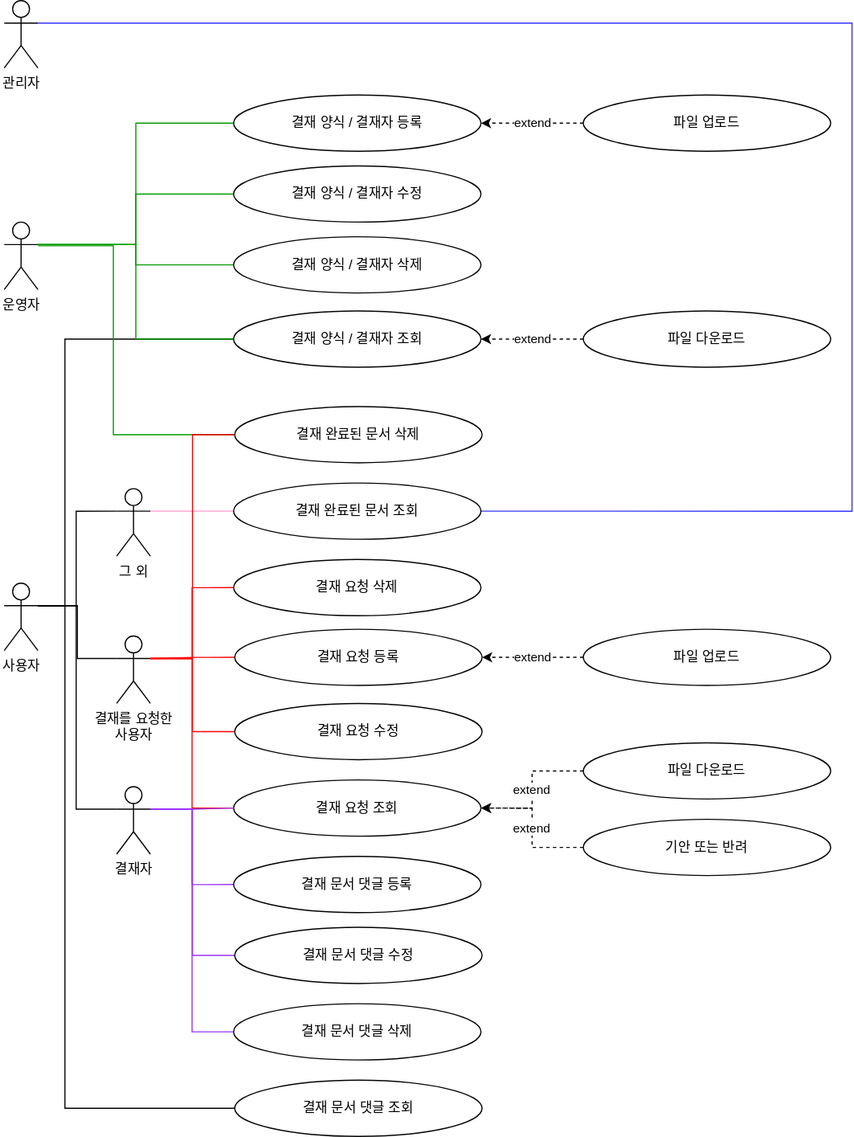
Before: files/use-case-func4.svg, a diagram exported from draw.io (pjiyun123/mmp-groupware-project). Source tidied: cells renumbered, new cells last; positions are measured from the earlier drawing's top-left corner, leaving out a move shared by most shapes. The source it was exported from:
```xml
<mxGraphModel>
  <root>
    <mxCell id="0" />
    <mxCell id="1" parent="0" />
    <mxCell id="2" style="edgeStyle=orthogonalEdgeStyle;rounded=0;jettySize=auto;html=1;exitX=1;exitY=0.3333333333333333;exitDx=0;exitDy=0;exitPerimeter=0;entryX=1;entryY=0.5;entryDx=0;entryDy=0;strokeColor=#3333FF;endArrow=none;endFill=0;" parent="1" edge="1" source="3" target="42">
      <mxGeometry relative="1" as="geometry">
        <Array as="points">
          <mxPoint x="754" y="20" />
          <mxPoint x="754" y="454" />
        </Array>
      </mxGeometry>
    </mxCell>
    <mxCell id="3" value="관리자" style="shape=umlActor;verticalLabelPosition=bottom;verticalAlign=top;html=1;outlineConnect=0;" parent="1" vertex="1">
      <mxGeometry width="30" height="60" as="geometry" />
    </mxCell>
    <mxCell id="4" value="운영자" style="shape=umlActor;verticalLabelPosition=bottom;verticalAlign=top;html=1;outlineConnect=0;" parent="1" vertex="1">
      <mxGeometry y="197" width="30" height="60" as="geometry" />
    </mxCell>
    <mxCell id="5" style="edgeStyle=orthogonalEdgeStyle;rounded=0;jettySize=auto;html=1;exitX=1;exitY=0.3333333333333333;exitDx=0;exitDy=0;exitPerimeter=0;entryX=0;entryY=0.3333333333333333;entryDx=0;entryDy=0;entryPerimeter=0;endArrow=none;endFill=0;" parent="1" edge="1" source="10" target="23">
      <mxGeometry relative="1" as="geometry">
        <Array as="points">
          <mxPoint x="64" y="538" />
          <mxPoint x="64" y="454" />
        </Array>
      </mxGeometry>
    </mxCell>
    <mxCell id="6" style="edgeStyle=orthogonalEdgeStyle;rounded=0;jettySize=auto;html=1;exitX=1;exitY=0.3333333333333333;exitDx=0;exitDy=0;exitPerimeter=0;entryX=0;entryY=0.3333333333333333;entryDx=0;entryDy=0;entryPerimeter=0;endArrow=none;endFill=0;" parent="1" edge="1" source="10" target="26">
      <mxGeometry relative="1" as="geometry">
        <Array as="points">
          <mxPoint x="64" y="538" />
          <mxPoint x="64" y="719" />
        </Array>
      </mxGeometry>
    </mxCell>
    <mxCell id="7" style="edgeStyle=orthogonalEdgeStyle;rounded=0;jettySize=auto;html=1;exitX=1;exitY=0.3333333333333333;exitDx=0;exitDy=0;exitPerimeter=0;entryX=0;entryY=0.3333333333333333;entryDx=0;entryDy=0;entryPerimeter=0;endArrow=none;endFill=0;" parent="1" edge="1" source="10" target="24">
      <mxGeometry relative="1" as="geometry">
        <Array as="points">
          <mxPoint x="65" y="538" />
          <mxPoint x="65" y="585" />
        </Array>
      </mxGeometry>
    </mxCell>
    <mxCell id="8" style="edgeStyle=orthogonalEdgeStyle;rounded=0;jettySize=auto;html=1;exitX=1;exitY=0.3333333333333333;exitDx=0;exitDy=0;exitPerimeter=0;entryX=0;entryY=0.5;entryDx=0;entryDy=0;strokeColor=#000000;endArrow=none;endFill=0;" parent="1" edge="1" source="10" target="32">
      <mxGeometry relative="1" as="geometry">
        <Array as="points">
          <mxPoint x="54" y="301" />
        </Array>
      </mxGeometry>
    </mxCell>
    <mxCell id="9" style="edgeStyle=orthogonalEdgeStyle;rounded=0;jettySize=auto;html=1;exitX=1;exitY=0.3333333333333333;exitDx=0;exitDy=0;exitPerimeter=0;entryX=0;entryY=0.5;entryDx=0;entryDy=0;strokeColor=#000000;endArrow=none;endFill=0;" parent="1" edge="1" source="10" target="49">
      <mxGeometry relative="1" as="geometry">
        <Array as="points">
          <mxPoint x="54" y="985" />
        </Array>
      </mxGeometry>
    </mxCell>
    <mxCell id="10" value="사용자" style="shape=umlActor;verticalLabelPosition=bottom;verticalAlign=top;html=1;outlineConnect=0;" parent="1" vertex="1">
      <mxGeometry y="518" width="30" height="60" as="geometry" />
    </mxCell>
    <mxCell id="11" style="edgeStyle=orthogonalEdgeStyle;rounded=0;jettySize=auto;html=1;exitX=0;exitY=0.5;exitDx=0;exitDy=0;entryX=1;entryY=0.3333333333333333;entryDx=0;entryDy=0;entryPerimeter=0;endArrow=none;endFill=0;strokeColor=#FF0000;" parent="1" edge="1" source="12" target="24">
      <mxGeometry relative="1" as="geometry" />
    </mxCell>
    <mxCell id="12" value="결재 요청 등록" style="ellipse;whiteSpace=wrap;html=1;" parent="1" vertex="1">
      <mxGeometry x="205" y="559" width="220" height="50" as="geometry" />
    </mxCell>
    <mxCell id="13" style="edgeStyle=orthogonalEdgeStyle;rounded=0;jettySize=auto;html=1;exitX=0;exitY=0.5;exitDx=0;exitDy=0;entryX=1;entryY=0.3333333333333333;entryDx=0;entryDy=0;entryPerimeter=0;strokeColor=#FF0000;endArrow=none;endFill=0;" parent="1" edge="1" source="14" target="24">
      <mxGeometry relative="1" as="geometry" />
    </mxCell>
    <mxCell id="14" value="결재 요청 수정" style="ellipse;whiteSpace=wrap;html=1;" parent="1" vertex="1">
      <mxGeometry x="205" y="625" width="220" height="50" as="geometry" />
    </mxCell>
    <mxCell id="15" style="edgeStyle=orthogonalEdgeStyle;rounded=0;jettySize=auto;html=1;exitX=0;exitY=0.5;exitDx=0;exitDy=0;entryX=1;entryY=0.3333333333333333;entryDx=0;entryDy=0;entryPerimeter=0;strokeColor=#FF0000;endArrow=none;endFill=0;" parent="1" edge="1" source="16" target="24">
      <mxGeometry relative="1" as="geometry" />
    </mxCell>
    <mxCell id="16" value="결재 요청 조회" style="ellipse;whiteSpace=wrap;html=1;" parent="1" vertex="1">
      <mxGeometry x="204" y="693" width="220" height="50" as="geometry" />
    </mxCell>
    <mxCell id="17" style="edgeStyle=orthogonalEdgeStyle;rounded=0;jettySize=auto;html=1;exitX=0;exitY=0.5;exitDx=0;exitDy=0;entryX=1;entryY=0.3333333333333333;entryDx=0;entryDy=0;entryPerimeter=0;strokeColor=#FF0000;endArrow=none;endFill=0;" parent="1" edge="1" source="18" target="24">
      <mxGeometry relative="1" as="geometry" />
    </mxCell>
    <mxCell id="18" value="결재 요청 삭제" style="ellipse;whiteSpace=wrap;html=1;" parent="1" vertex="1">
      <mxGeometry x="204" y="497" width="220" height="50" as="geometry" />
    </mxCell>
    <mxCell id="19" value="extend" style="edgeStyle=orthogonalEdgeStyle;rounded=0;jettySize=auto;html=1;exitX=0;exitY=0.5;exitDx=0;exitDy=0;entryX=1;entryY=0.5;entryDx=0;entryDy=0;strokeColor=#000000;endArrow=classic;endFill=1;dashed=1;" parent="1" edge="1" source="20" target="12">
      <mxGeometry relative="1" as="geometry" />
    </mxCell>
    <mxCell id="20" value="파일 업로드" style="ellipse;whiteSpace=wrap;html=1;" parent="1" vertex="1">
      <mxGeometry x="515" y="559" width="220" height="50" as="geometry" />
    </mxCell>
    <mxCell id="21" value="extend" style="edgeStyle=orthogonalEdgeStyle;rounded=0;jettySize=auto;html=1;exitX=0;exitY=0.5;exitDx=0;exitDy=0;entryX=1;entryY=0.5;entryDx=0;entryDy=0;strokeColor=#000000;endArrow=classic;endFill=1;dashed=1;" parent="1" edge="1" source="22" target="16">
      <mxGeometry relative="1" as="geometry" />
    </mxCell>
    <mxCell id="22" value="파일 다운로드" style="ellipse;whiteSpace=wrap;html=1;" parent="1" vertex="1">
      <mxGeometry x="515" y="660" width="220" height="50" as="geometry" />
    </mxCell>
    <mxCell id="23" value="그 외" style="shape=umlActor;verticalLabelPosition=bottom;verticalAlign=top;html=1;outlineConnect=0;" parent="1" vertex="1">
      <mxGeometry x="100" y="434" width="30" height="60" as="geometry" />
    </mxCell>
    <mxCell id="24" value="결재를 요청한&lt;br&gt;사용자" style="shape=umlActor;verticalLabelPosition=bottom;verticalAlign=top;html=1;outlineConnect=0;" parent="1" vertex="1">
      <mxGeometry x="100" y="565" width="30" height="60" as="geometry" />
    </mxCell>
    <mxCell id="25" style="edgeStyle=orthogonalEdgeStyle;rounded=0;jettySize=auto;html=1;exitX=1;exitY=0.3333333333333333;exitDx=0;exitDy=0;exitPerimeter=0;entryX=0;entryY=0.5;entryDx=0;entryDy=0;strokeColor=#9933FF;endArrow=none;endFill=0;" parent="1" edge="1" source="26" target="16">
      <mxGeometry relative="1" as="geometry" />
    </mxCell>
    <mxCell id="26" value="결재자" style="shape=umlActor;verticalLabelPosition=bottom;verticalAlign=top;html=1;outlineConnect=0;" parent="1" vertex="1">
      <mxGeometry x="100" y="699" width="30" height="60" as="geometry" />
    </mxCell>
    <mxCell id="27" style="edgeStyle=orthogonalEdgeStyle;rounded=0;jettySize=auto;html=1;exitX=0;exitY=0.5;exitDx=0;exitDy=0;entryX=1;entryY=0.3333333333333333;entryDx=0;entryDy=0;entryPerimeter=0;strokeColor=#009900;endArrow=none;endFill=0;" parent="1" edge="1" source="28" target="4">
      <mxGeometry relative="1" as="geometry" />
    </mxCell>
    <mxCell id="28" value="결재 양식 / 결재자 수정" style="ellipse;whiteSpace=wrap;html=1;" parent="1" vertex="1">
      <mxGeometry x="204" y="147" width="220" height="50" as="geometry" />
    </mxCell>
    <mxCell id="29" style="edgeStyle=orthogonalEdgeStyle;rounded=0;jettySize=auto;html=1;exitX=0;exitY=0.5;exitDx=0;exitDy=0;entryX=1;entryY=0.3333333333333333;entryDx=0;entryDy=0;entryPerimeter=0;strokeColor=#009900;endArrow=none;endFill=0;" parent="1" edge="1" source="30" target="4">
      <mxGeometry relative="1" as="geometry" />
    </mxCell>
    <mxCell id="30" value="결재 양식 / 결재자 삭제" style="ellipse;whiteSpace=wrap;html=1;" parent="1" vertex="1">
      <mxGeometry x="204" y="210" width="220" height="50" as="geometry" />
    </mxCell>
    <mxCell id="31" style="edgeStyle=orthogonalEdgeStyle;rounded=0;jettySize=auto;html=1;exitX=0;exitY=0.5;exitDx=0;exitDy=0;entryX=1;entryY=0.3333333333333333;entryDx=0;entryDy=0;entryPerimeter=0;strokeColor=#009900;endArrow=none;endFill=0;" parent="1" edge="1" source="32" target="4">
      <mxGeometry relative="1" as="geometry" />
    </mxCell>
    <mxCell id="32" value="결재 양식 / 결재자 조회" style="ellipse;whiteSpace=wrap;html=1;" parent="1" vertex="1">
      <mxGeometry x="204" y="276" width="220" height="50" as="geometry" />
    </mxCell>
    <mxCell id="33" style="edgeStyle=orthogonalEdgeStyle;rounded=0;jettySize=auto;html=1;exitX=0;exitY=0.5;exitDx=0;exitDy=0;entryX=1;entryY=0.3333333333333333;entryDx=0;entryDy=0;entryPerimeter=0;strokeColor=#009900;endArrow=none;endFill=0;" parent="1" edge="1" source="34" target="4">
      <mxGeometry relative="1" as="geometry" />
    </mxCell>
    <mxCell id="34" value="결재 양식 / 결재자 등록" style="ellipse;whiteSpace=wrap;html=1;" parent="1" vertex="1">
      <mxGeometry x="204" y="84" width="220" height="50" as="geometry" />
    </mxCell>
    <mxCell id="35" value="extend" style="edgeStyle=orthogonalEdgeStyle;rounded=0;jettySize=auto;html=1;exitX=0;exitY=0.5;exitDx=0;exitDy=0;entryX=1;entryY=0.5;entryDx=0;entryDy=0;strokeColor=#000000;endArrow=classic;endFill=1;dashed=1;" parent="1" edge="1" source="36" target="34">
      <mxGeometry relative="1" as="geometry" />
    </mxCell>
    <mxCell id="36" value="파일 업로드" style="ellipse;whiteSpace=wrap;html=1;" parent="1" vertex="1">
      <mxGeometry x="515" y="84" width="220" height="50" as="geometry" />
    </mxCell>
    <mxCell id="37" value="extend" style="edgeStyle=orthogonalEdgeStyle;rounded=0;jettySize=auto;html=1;exitX=0;exitY=0.5;exitDx=0;exitDy=0;entryX=1;entryY=0.5;entryDx=0;entryDy=0;strokeColor=#000000;endArrow=classic;endFill=1;dashed=1;" parent="1" edge="1" source="38" target="32">
      <mxGeometry relative="1" as="geometry" />
    </mxCell>
    <mxCell id="38" value="파일 다운로드" style="ellipse;whiteSpace=wrap;html=1;" parent="1" vertex="1">
      <mxGeometry x="515" y="276" width="220" height="50" as="geometry" />
    </mxCell>
    <mxCell id="39" value="extend" style="edgeStyle=orthogonalEdgeStyle;rounded=0;jettySize=auto;html=1;exitX=0;exitY=0.5;exitDx=0;exitDy=0;entryX=1;entryY=0.5;entryDx=0;entryDy=0;strokeColor=#000000;endArrow=classic;endFill=1;dashed=1;" parent="1" edge="1" source="40" target="16">
      <mxGeometry relative="1" as="geometry" />
    </mxCell>
    <mxCell id="40" value="기안 또는 반려" style="ellipse;whiteSpace=wrap;html=1;" parent="1" vertex="1">
      <mxGeometry x="515" y="728" width="220" height="50" as="geometry" />
    </mxCell>
    <mxCell id="41" style="edgeStyle=orthogonalEdgeStyle;rounded=0;jettySize=auto;html=1;exitX=0;exitY=0.5;exitDx=0;exitDy=0;entryX=1;entryY=0.3333333333333333;entryDx=0;entryDy=0;entryPerimeter=0;strokeColor=#FF99CC;endArrow=none;endFill=0;" parent="1" edge="1" source="42" target="23">
      <mxGeometry relative="1" as="geometry" />
    </mxCell>
    <mxCell id="42" value="결재 완료된 문서 조회" style="ellipse;whiteSpace=wrap;html=1;" parent="1" vertex="1">
      <mxGeometry x="204" y="429" width="220" height="50" as="geometry" />
    </mxCell>
    <mxCell id="43" style="edgeStyle=orthogonalEdgeStyle;rounded=0;jettySize=auto;html=1;exitX=0;exitY=0.5;exitDx=0;exitDy=0;entryX=1;entryY=0.3333333333333333;entryDx=0;entryDy=0;entryPerimeter=0;strokeColor=#9933FF;endArrow=none;endFill=0;" parent="1" edge="1" source="44" target="26">
      <mxGeometry relative="1" as="geometry" />
    </mxCell>
    <mxCell id="44" value="결재 문서 댓글 등록" style="ellipse;whiteSpace=wrap;html=1;" parent="1" vertex="1">
      <mxGeometry x="204" y="761" width="220" height="50" as="geometry" />
    </mxCell>
    <mxCell id="45" style="edgeStyle=orthogonalEdgeStyle;rounded=0;jettySize=auto;html=1;exitX=0;exitY=0.5;exitDx=0;exitDy=0;entryX=1;entryY=0.3333333333333333;entryDx=0;entryDy=0;entryPerimeter=0;strokeColor=#9933FF;endArrow=none;endFill=0;" parent="1" edge="1" source="46" target="26">
      <mxGeometry relative="1" as="geometry" />
    </mxCell>
    <mxCell id="46" value="결재 문서 댓글 수정" style="ellipse;whiteSpace=wrap;html=1;" parent="1" vertex="1">
      <mxGeometry x="205" y="824" width="220" height="50" as="geometry" />
    </mxCell>
    <mxCell id="47" style="edgeStyle=orthogonalEdgeStyle;rounded=0;jettySize=auto;html=1;exitX=0;exitY=0.5;exitDx=0;exitDy=0;entryX=1;entryY=0.3333333333333333;entryDx=0;entryDy=0;entryPerimeter=0;strokeColor=#9933FF;endArrow=none;endFill=0;" parent="1" edge="1" source="48" target="26">
      <mxGeometry relative="1" as="geometry" />
    </mxCell>
    <mxCell id="48" value="결재 문서 댓글 삭제" style="ellipse;whiteSpace=wrap;html=1;" parent="1" vertex="1">
      <mxGeometry x="204" y="892" width="220" height="50" as="geometry" />
    </mxCell>
    <mxCell id="49" value="결재 문서 댓글 조회" style="ellipse;whiteSpace=wrap;html=1;" parent="1" vertex="1">
      <mxGeometry x="205" y="960" width="220" height="50" as="geometry" />
    </mxCell>
    <mxCell id="50" style="edgeStyle=orthogonalEdgeStyle;rounded=0;jettySize=auto;html=1;exitX=0;exitY=0.5;exitDx=0;exitDy=0;entryX=1;entryY=0.3333333333333333;entryDx=0;entryDy=0;entryPerimeter=0;strokeColor=#009900;endArrow=none;endFill=0;" parent="1" edge="1" source="52" target="4">
      <mxGeometry relative="1" as="geometry">
        <Array as="points">
          <mxPoint x="97" y="386" />
          <mxPoint x="97" y="218" />
          <mxPoint x="30" y="218" />
        </Array>
      </mxGeometry>
    </mxCell>
    <mxCell id="51" style="edgeStyle=orthogonalEdgeStyle;rounded=0;jettySize=auto;html=1;exitX=0;exitY=0.5;exitDx=0;exitDy=0;entryX=1;entryY=0.3333333333333333;entryDx=0;entryDy=0;entryPerimeter=0;strokeColor=#FF0000;endArrow=none;endFill=0;" parent="1" edge="1" source="52" target="24">
      <mxGeometry relative="1" as="geometry" />
    </mxCell>
    <mxCell id="52" value="결재 완료된 문서 삭제" style="ellipse;whiteSpace=wrap;html=1;" parent="1" vertex="1">
      <mxGeometry x="205" y="361" width="220" height="50" as="geometry" />
    </mxCell>
  </root>
</mxGraphModel>
```
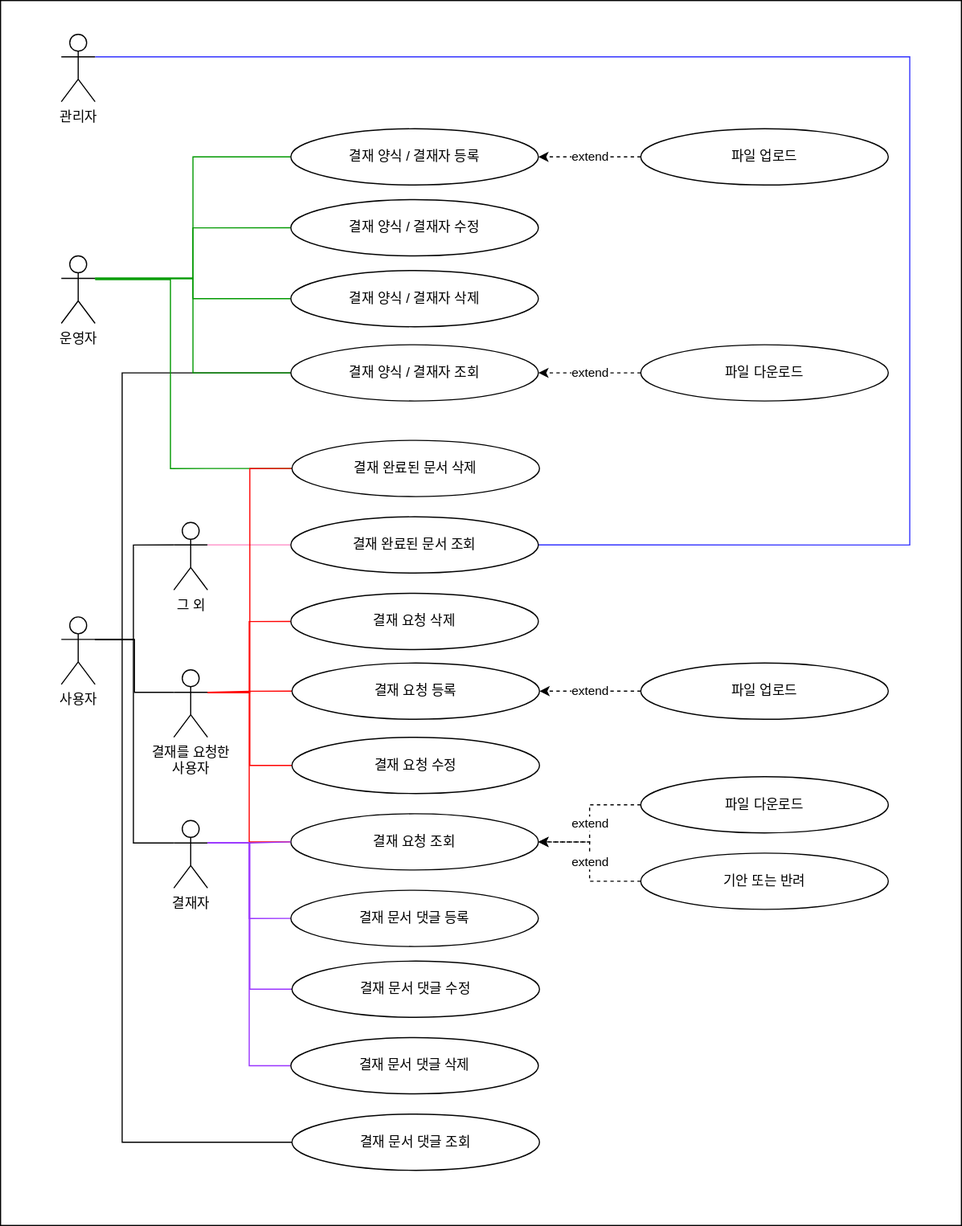
Above is the later version.

Diff of the diagram source:
```diff
@@ -2,6 +2,9 @@
   <root>
     <mxCell id="0" />
     <mxCell id="1" parent="0" />
+    <mxCell id="53" style="rounded=0;whiteSpace=wrap;html=1;" parent="1" vertex="1">
+      <mxGeometry x="-54" y="-30" width="854" height="1089" as="geometry" />
+    </mxCell>
     <mxCell id="2" style="edgeStyle=orthogonalEdgeStyle;rounded=0;jettySize=auto;html=1;exitX=1;exitY=0.3333333333333333;exitDx=0;exitDy=0;exitPerimeter=0;entryX=1;entryY=0.5;entryDx=0;entryDy=0;strokeColor=#3333FF;endArrow=none;endFill=0;" parent="1" edge="1" source="3" target="42">
       <mxGeometry relative="1" as="geometry">
         <Array as="points">
```
